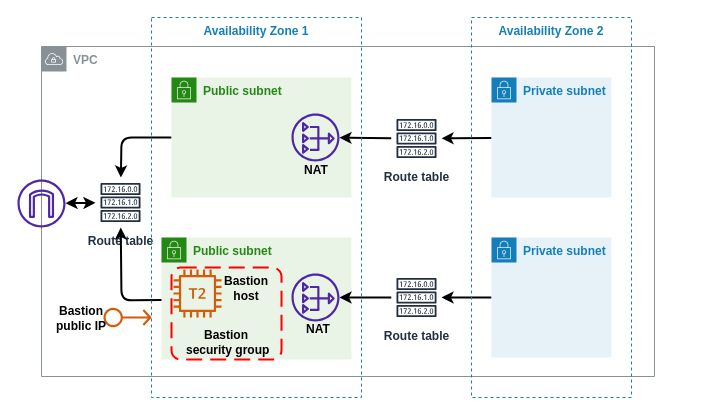
Above: aws_base_infrastructure/docs/infra.drawio in dmytro108/itsynd (draw.io), before the change. Source tidied: cells renumbered, new cells numbered last; positions are measured from the earlier drawing's top-left corner, leaving out a move shared by most shapes. Both pictures are drawn from the tidied source at 100%, with x=0, y=0 at pixel (17, 17).
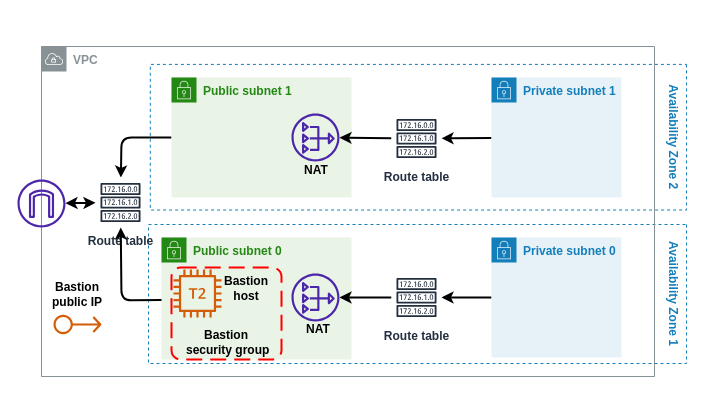
After the change.

Commit message (it also covers changes not shown here):
infrastructure diagram fix

The edit, as a diff of the source:
```diff
@@
+    <mxCell id="26" value="Availability Zone 1" style="fillColor=none;strokeColor=#147EBA;dashed=1;verticalAlign=top;fontStyle=1;fontColor=#147EBA;rotation=90;" parent="1" vertex="1">
+      <mxGeometry x="330.5" y="7.5" width="139" height="538" as="geometry" />
+    </mxCell>
+    <mxCell id="21" value="Availability Zone 2" style="fillColor=none;strokeColor=#147EBA;dashed=1;verticalAlign=top;fontStyle=1;fontColor=#147EBA;rotation=90;" parent="1" vertex="1">
+      <mxGeometry x="328.1" y="-148.4" width="145.6" height="536.2" as="geometry" />
+    </mxCell>
@@
-    <mxCell id="4" value="Public subnet" style="points=[[0,0],[0.25,0],[0.5,0],[0.75,0],[1,0],[1,0.25],[1,0.5],[1,0.75],[1,1],[0.75,1],[0.5,1],[0.25,1],[0,1],[0,0.75],[0,0.5],[0,0.25]];outlineConnect=0;gradientColor=none;html=1;whiteSpace=wrap;fontSize=12;fontStyle=1;shape=mxgraph.aws4.group;grIcon=mxgraph.aws4.group_security_group;grStroke=0;strokeColor=#248814;fillColor=#E9F3E6;verticalAlign=top;align=left;spacingLeft=30;fontColor=#248814;dashed=0;" parent="1" vertex="1">
+    <mxCell id="4" value="Public subnet 0" style="points=[[0,0],[0.25,0],[0.5,0],[0.75,0],[1,0],[1,0.25],[1,0.5],[1,0.75],[1,1],[0.75,1],[0.5,1],[0.25,1],[0,1],[0,0.75],[0,0.5],[0,0.25]];outlineConnect=0;gradientColor=none;html=1;whiteSpace=wrap;fontSize=12;fontStyle=1;shape=mxgraph.aws4.group;grIcon=mxgraph.aws4.group_security_group;grStroke=0;strokeColor=#248814;fillColor=#E9F3E6;verticalAlign=top;align=left;spacingLeft=30;fontColor=#248814;dashed=0;" parent="1" vertex="1">
       <mxGeometry x="144" y="220" width="190" height="122" as="geometry" />
     </mxCell>
@@
-    <mxCell id="9" value="Public subnet" style="points=[[0,0],[0.25,0],[0.5,0],[0.75,0],[1,0],[1,0.25],[1,0.5],[1,0.75],[1,1],[0.75,1],[0.5,1],[0.25,1],[0,1],[0,0.75],[0,0.5],[0,0.25]];outlineConnect=0;gradientColor=none;html=1;whiteSpace=wrap;fontSize=12;fontStyle=1;shape=mxgraph.aws4.group;grIcon=mxgraph.aws4.group_security_group;grStroke=0;strokeColor=#248814;fillColor=#E9F3E6;verticalAlign=top;align=left;spacingLeft=30;fontColor=#248814;dashed=0;" parent="1" vertex="1">
+    <mxCell id="9" value="Public subnet 1" style="points=[[0,0],[0.25,0],[0.5,0],[0.75,0],[1,0],[1,0.25],[1,0.5],[1,0.75],[1,1],[0.75,1],[0.5,1],[0.25,1],[0,1],[0,0.75],[0,0.5],[0,0.25]];outlineConnect=0;gradientColor=none;html=1;whiteSpace=wrap;fontSize=12;fontStyle=1;shape=mxgraph.aws4.group;grIcon=mxgraph.aws4.group_security_group;grStroke=0;strokeColor=#248814;fillColor=#E9F3E6;verticalAlign=top;align=left;spacingLeft=30;fontColor=#248814;dashed=0;" parent="1" vertex="1">
       <mxGeometry x="154" y="60" width="180" height="120" as="geometry" />
     </mxCell>
@@
-    <mxCell id="12" value="Private subnet" style="points=[[0,0],[0.25,0],[0.5,0],[0.75,0],[1,0],[1,0.25],[1,0.5],[1,0.75],[1,1],[0.75,1],[0.5,1],[0.25,1],[0,1],[0,0.75],[0,0.5],[0,0.25]];outlineConnect=0;gradientColor=none;html=1;whiteSpace=wrap;fontSize=12;fontStyle=1;shape=mxgraph.aws4.group;grIcon=mxgraph.aws4.group_security_group;grStroke=0;strokeColor=#147EBA;fillColor=#E6F2F8;verticalAlign=top;align=left;spacingLeft=30;fontColor=#147EBA;dashed=0;" parent="1" vertex="1">
-      <mxGeometry x="474" y="220" width="120" height="120" as="geometry" />
+    <mxCell id="12" value="Private subnet 0" style="points=[[0,0],[0.25,0],[0.5,0],[0.75,0],[1,0],[1,0.25],[1,0.5],[1,0.75],[1,1],[0.75,1],[0.5,1],[0.25,1],[0,1],[0,0.75],[0,0.5],[0,0.25]];outlineConnect=0;gradientColor=none;html=1;whiteSpace=wrap;fontSize=12;fontStyle=1;shape=mxgraph.aws4.group;grIcon=mxgraph.aws4.group_security_group;grStroke=0;strokeColor=#147EBA;fillColor=#E6F2F8;verticalAlign=top;align=left;spacingLeft=30;fontColor=#147EBA;dashed=0;" parent="1" vertex="1">
+      <mxGeometry x="474" y="220" width="130" height="120" as="geometry" />
     </mxCell>
@@
-    <mxCell id="14" value="Private subnet" style="points=[[0,0],[0.25,0],[0.5,0],[0.75,0],[1,0],[1,0.25],[1,0.5],[1,0.75],[1,1],[0.75,1],[0.5,1],[0.25,1],[0,1],[0,0.75],[0,0.5],[0,0.25]];outlineConnect=0;gradientColor=none;html=1;whiteSpace=wrap;fontSize=12;fontStyle=1;shape=mxgraph.aws4.group;grIcon=mxgraph.aws4.group_security_group;grStroke=0;strokeColor=#147EBA;fillColor=#E6F2F8;verticalAlign=top;align=left;spacingLeft=30;fontColor=#147EBA;dashed=0;" parent="1" vertex="1">
-      <mxGeometry x="474" y="60" width="120" height="120" as="geometry" />
+    <mxCell id="14" value="Private subnet 1" style="points=[[0,0],[0.25,0],[0.5,0],[0.75,0],[1,0],[1,0.25],[1,0.5],[1,0.75],[1,1],[0.75,1],[0.5,1],[0.25,1],[0,1],[0,0.75],[0,0.5],[0,0.25]];outlineConnect=0;gradientColor=none;html=1;whiteSpace=wrap;fontSize=12;fontStyle=1;shape=mxgraph.aws4.group;grIcon=mxgraph.aws4.group_security_group;grStroke=0;strokeColor=#147EBA;fillColor=#E6F2F8;verticalAlign=top;align=left;spacingLeft=30;fontColor=#147EBA;dashed=0;" parent="1" vertex="1">
+      <mxGeometry x="474" y="60" width="130" height="120" as="geometry" />
     </mxCell>
@@
-    <mxCell id="21" value="Availability Zone 2" style="fillColor=none;strokeColor=#147EBA;dashed=1;verticalAlign=top;fontStyle=1;fontColor=#147EBA;" parent="1" vertex="1">
-      <mxGeometry x="454" width="160" height="380" as="geometry" />
-    </mxCell>
@@
-    <mxCell id="26" value="Availability Zone 1" style="fillColor=none;strokeColor=#147EBA;dashed=1;verticalAlign=top;fontStyle=1;fontColor=#147EBA;" parent="1" vertex="1">
-      <mxGeometry x="134" width="210" height="380" as="geometry" />
-    </mxCell>
     <mxCell id="27" style="sketch=0;fontColor=#232F3E;gradientColor=none;fillColor=#D45B07;strokeColor=none;dashed=0;verticalLabelPosition=bottom;verticalAlign=top;align=center;html=1;fontSize=12;fontStyle=1;shape=mxgraph.aws4.elastic_ip_address;" parent="1" vertex="1">
-      <mxGeometry x="86" y="290" width="48" height="20" as="geometry" />
+      <mxGeometry x="36" y="297" width="48" height="20" as="geometry" />
     </mxCell>
     <mxCell id="28" value="Bastion public IP" style="text;html=1;strokeColor=none;fillColor=none;align=center;verticalAlign=middle;whiteSpace=wrap;rounded=0;fontStyle=1;" parent="1" vertex="1">
-      <mxGeometry x="34" y="286" width="60" height="30" as="geometry" />
+      <mxGeometry x="30" y="261.5" width="60" height="30" as="geometry" />
     </mxCell>
```
